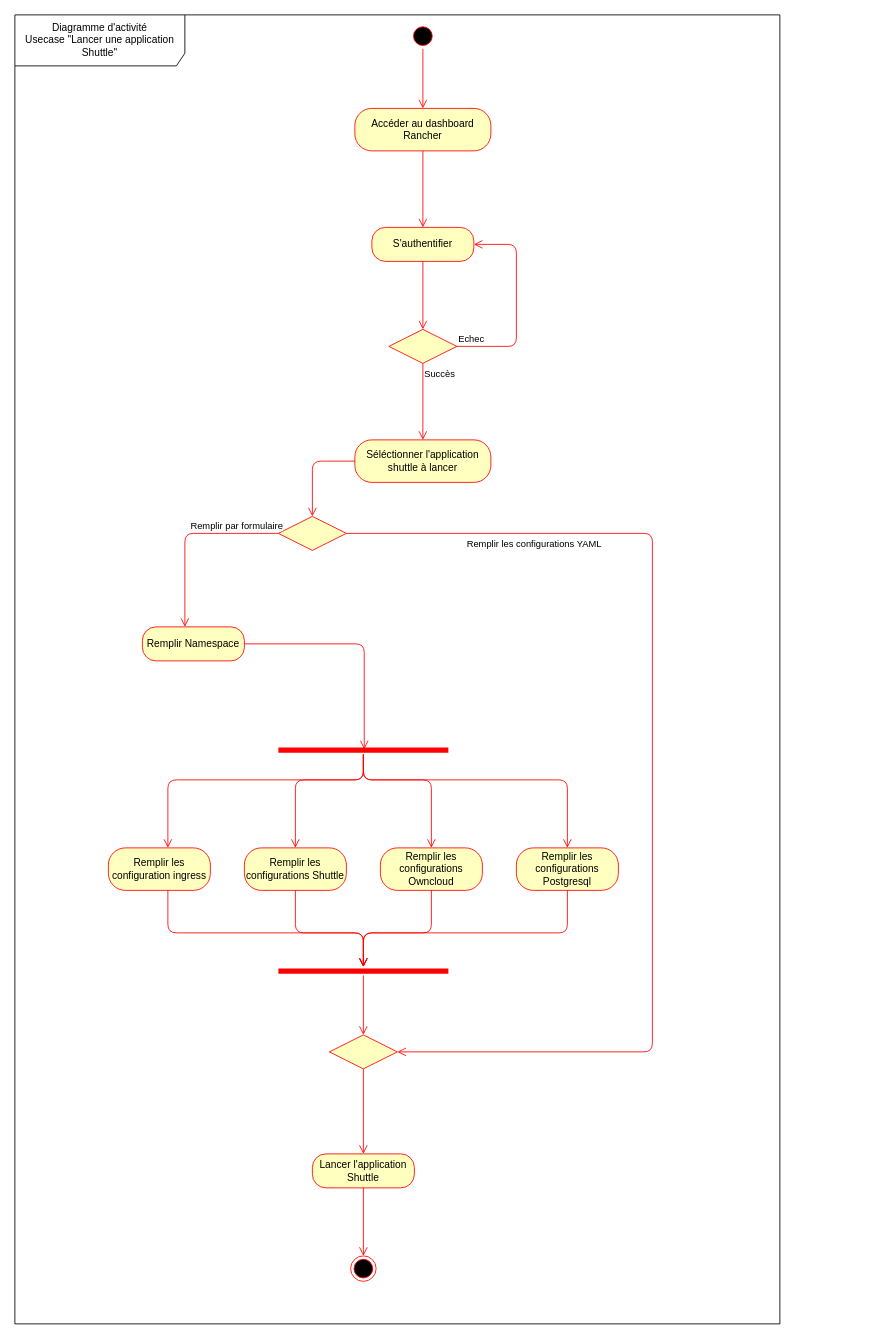
This is page "diagram_activity_launch_shuttle" (9 of 14) of Untitled Diagram.drawio from Samet-MohamedAmin/rapport_pfe, a draw.io file, before an edit. Source tidied: cells renumbered, new cells numbered last; positions are measured from the earlier drawing's top-left corner, leaving out a move shared by most shapes. Both pictures are drawn from the tidied source at 85%, with x=0, y=0 at pixel (14, 14).
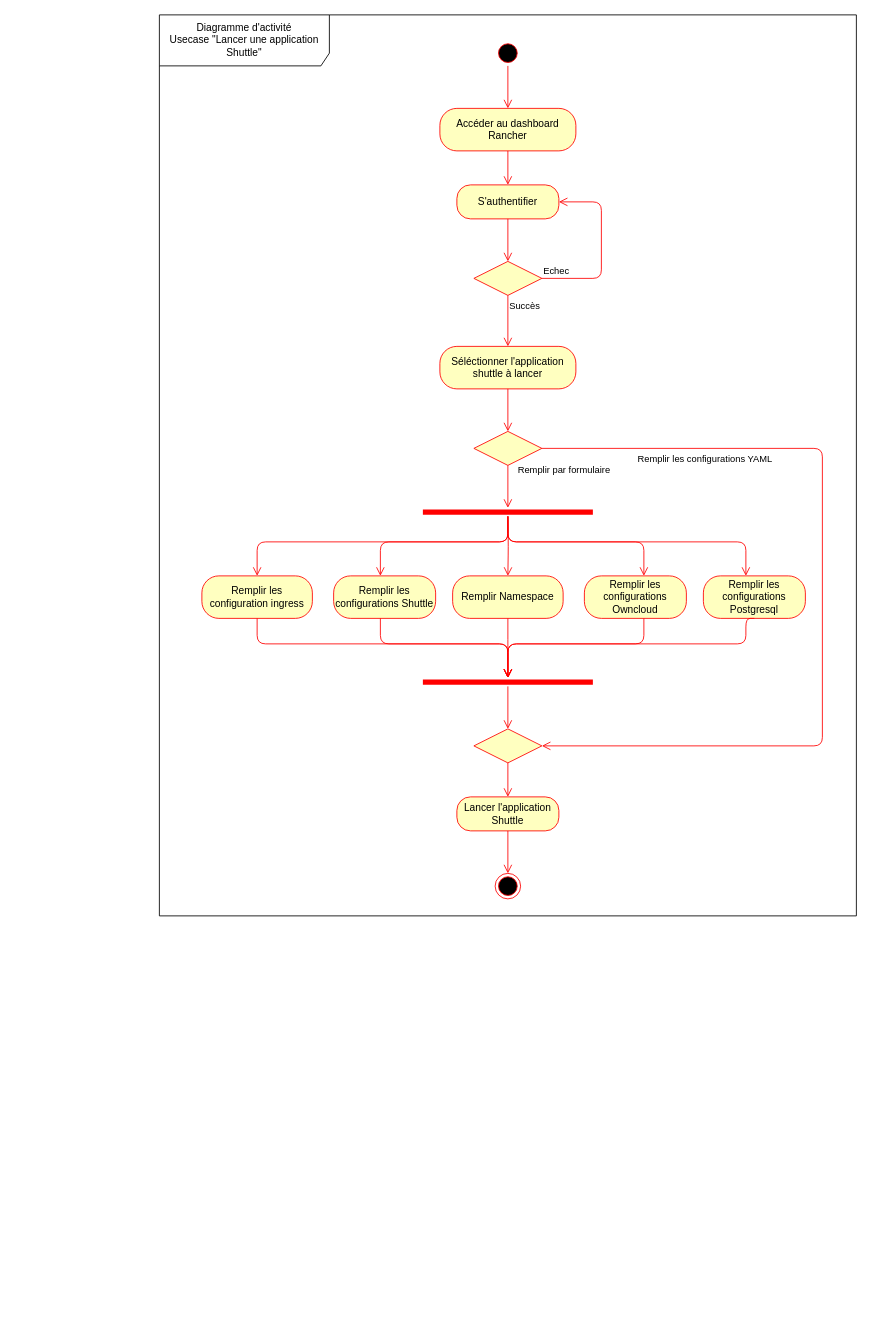
After the change.

What changed in the source:
```diff
@@
     <mxCell id="2" value="&lt;div&gt;Diagramme d'activité&lt;/div&gt;&lt;div&gt;Usecase &quot;Lancer une application Shuttle&quot;&lt;br&gt;&lt;/div&gt;" style="shape=umlFrame;whiteSpace=wrap;html=1;width=200;height=60;" parent="1" vertex="1">
-      <mxGeometry width="900" height="1540" as="geometry" />
+      <mxGeometry x="170" width="820" height="1060" as="geometry" />
     </mxCell>
     <mxCell id="3" style="ellipse;html=1;shape=startState;fillColor=#000000;strokeColor=#ff0000;" parent="1" vertex="1">
-      <mxGeometry x="465" y="10" width="30" height="30" as="geometry" />
+      <mxGeometry x="565" y="30" width="30" height="30" as="geometry" />
     </mxCell>
@@
     <mxCell id="5" value="Accéder au dashboard Rancher" style="rounded=1;whiteSpace=wrap;html=1;arcSize=40;fontColor=#000000;fillColor=#ffffc0;strokeColor=#ff0000;" parent="1" vertex="1">
-      <mxGeometry x="400" y="110" width="160" height="50" as="geometry" />
+      <mxGeometry x="500" y="110" width="160" height="50" as="geometry" />
     </mxCell>
@@
     <mxCell id="7" value="S'authentifier" style="rounded=1;whiteSpace=wrap;html=1;arcSize=40;fontColor=#000000;fillColor=#ffffc0;strokeColor=#ff0000;" parent="1" vertex="1">
-      <mxGeometry x="420" y="250" width="120" height="40" as="geometry" />
+      <mxGeometry x="520" y="200" width="120" height="40" as="geometry" />
     </mxCell>
@@
     <mxCell id="9" style="rhombus;whiteSpace=wrap;html=1;fillColor=#ffffc0;strokeColor=#ff0000;" parent="1" vertex="1">
-      <mxGeometry x="440" y="370" width="80" height="40" as="geometry" />
+      <mxGeometry x="540" y="290" width="80" height="40" as="geometry" />
     </mxCell>
     <mxCell id="10" value="Echec" style="edgeStyle=orthogonalEdgeStyle;html=1;align=left;verticalAlign=bottom;endArrow=open;endSize=8;strokeColor=#ff0000;entryX=1;entryY=0.5;entryDx=0;entryDy=0;exitX=1;exitY=0.5;exitDx=0;exitDy=0;" parent="1" edge="1" source="9" target="7">
       <mxGeometry x="-1" relative="1" as="geometry">
         <Array as="points">
-          <mxPoint x="590" y="390" />
-          <mxPoint x="590" y="270" />
+          <mxPoint x="690" y="310" />
+          <mxPoint x="690" y="220" />
         </Array>
       </mxGeometry>
     </mxCell>
@@
     <mxCell id="12" value="Séléctionner l'application shuttle à lancer" style="rounded=1;whiteSpace=wrap;html=1;arcSize=40;fontColor=#000000;fillColor=#ffffc0;strokeColor=#ff0000;" parent="1" vertex="1">
-      <mxGeometry x="400" y="500" width="160" height="50" as="geometry" />
+      <mxGeometry x="500" y="390" width="160" height="50" as="geometry" />
     </mxCell>
@@
     <mxCell id="14" style="rhombus;whiteSpace=wrap;html=1;fillColor=#ffffc0;strokeColor=#ff0000;" parent="1" vertex="1">
-      <mxGeometry x="310" y="590" width="80" height="40" as="geometry" />
+      <mxGeometry x="540" y="490" width="80" height="40" as="geometry" />
     </mxCell>
-    <mxCell id="15" value="Remplir par formulaire" style="edgeStyle=orthogonalEdgeStyle;html=1;align=left;verticalAlign=bottom;endArrow=open;endSize=8;strokeColor=#ff0000;" parent="1" edge="1" source="14" target="17">
-      <mxGeometry x="-0.05" relative="1" as="geometry">
-        <Array as="points">
-          <mxPoint x="200" y="610" />
-        </Array>
-      </mxGeometry>
+    <mxCell id="15" value="Remplir par formulaire" style="edgeStyle=orthogonalEdgeStyle;html=1;align=left;verticalAlign=bottom;endArrow=open;endSize=8;strokeColor=#ff0000;" parent="1" edge="1" source="14" target="21">
+      <mxGeometry x="-0.4" y="10" relative="1" as="geometry" />
     </mxCell>
     <mxCell id="16" value="Remplir les configurations YAML" style="edgeStyle=orthogonalEdgeStyle;html=1;align=left;verticalAlign=top;endArrow=open;endSize=8;strokeColor=#ff0000;entryX=1;entryY=0.5;entryDx=0;entryDy=0;" parent="1" edge="1" source="14" target="34">
       <mxGeometry x="-0.78" relative="1" as="geometry">
         <Array as="points">
-          <mxPoint x="750" y="610" />
-          <mxPoint x="750" y="1220" />
+          <mxPoint x="950" y="510" />
+          <mxPoint x="950" y="860" />
         </Array>
       </mxGeometry>
     </mxCell>
-    <mxCell id="17" value="Remplir Namespace" style="rounded=1;whiteSpace=wrap;html=1;arcSize=40;fontColor=#000000;fillColor=#ffffc0;strokeColor=#ff0000;" parent="1" vertex="1">
-      <mxGeometry x="150" y="720" width="120" height="40" as="geometry" />
-    </mxCell>
-    <mxCell id="18" style="edgeStyle=orthogonalEdgeStyle;html=1;verticalAlign=bottom;endArrow=open;endSize=8;strokeColor=#ff0000;entryX=0.505;entryY=0.4;entryDx=0;entryDy=0;entryPerimeter=0;" parent="1" edge="1" source="17" target="21">
-      <mxGeometry relative="1" as="geometry" />
-    </mxCell>
     <mxCell id="19" value="Remplir les configuration ingress" style="rounded=1;whiteSpace=wrap;html=1;arcSize=40;fontColor=#000000;fillColor=#ffffc0;strokeColor=#ff0000;" parent="1" vertex="1">
-      <mxGeometry x="110" y="980" width="120" height="50" as="geometry" />
+      <mxGeometry x="220" y="660" width="130" height="50" as="geometry" />
     </mxCell>
     <mxCell id="20" value="Remplir les configurations Shuttle" style="rounded=1;whiteSpace=wrap;html=1;arcSize=40;fontColor=#000000;fillColor=#ffffc0;strokeColor=#ff0000;" parent="1" vertex="1">
-      <mxGeometry x="270" y="980" width="120" height="50" as="geometry" />
+      <mxGeometry x="375" y="660" width="120" height="50" as="geometry" />
     </mxCell>
     <mxCell id="21" style="shape=line;html=1;strokeWidth=6;strokeColor=#ff0000;" parent="1" vertex="1">
-      <mxGeometry x="310" y="860" width="200" height="10" as="geometry" />
+      <mxGeometry x="480" y="580" width="200" height="10" as="geometry" />
     </mxCell>
     <mxCell id="22" value="Remplir les configurations Owncloud" style="rounded=1;whiteSpace=wrap;html=1;arcSize=40;fontColor=#000000;fillColor=#ffffc0;strokeColor=#ff0000;" parent="1" vertex="1">
-      <mxGeometry x="430" y="980" width="120" height="50" as="geometry" />
+      <mxGeometry x="670" y="660" width="120" height="50" as="geometry" />
     </mxCell>
     <mxCell id="23" value="Remplir les configurations Postgresql" style="rounded=1;whiteSpace=wrap;html=1;arcSize=40;fontColor=#000000;fillColor=#ffffc0;strokeColor=#ff0000;" parent="1" vertex="1">
-      <mxGeometry x="590" y="980" width="120" height="50" as="geometry" />
+      <mxGeometry x="810" y="660" width="120" height="50" as="geometry" />
     </mxCell>
     <mxCell id="24" style="edgeStyle=orthogonalEdgeStyle;html=1;verticalAlign=bottom;endArrow=open;endSize=8;strokeColor=#ff0000;" parent="1" edge="1" source="21" target="19">
       <mxGeometry relative="1" as="geometry">
         <Array as="points">
-          <mxPoint x="410" y="900" />
-          <mxPoint x="180" y="900" />
+          <mxPoint x="580" y="620" />
+          <mxPoint x="285" y="620" />
         </Array>
       </mxGeometry>
     </mxCell>
     <mxCell id="25" style="edgeStyle=orthogonalEdgeStyle;html=1;verticalAlign=bottom;endArrow=open;endSize=8;strokeColor=#ff0000;" parent="1" edge="1" target="23">
       <mxGeometry relative="1" as="geometry">
-        <mxPoint x="410" y="870" as="sourcePoint" />
+        <mxPoint x="580" y="590" as="sourcePoint" />
         <Array as="points">
-          <mxPoint x="410" y="900" />
-          <mxPoint x="650" y="900" />
+          <mxPoint x="580" y="620" />
+          <mxPoint x="860" y="620" />
         </Array>
       </mxGeometry>
     </mxCell>
     <mxCell id="26" style="edgeStyle=orthogonalEdgeStyle;html=1;verticalAlign=bottom;endArrow=open;endSize=8;strokeColor=#ff0000;" parent="1" edge="1" target="20">
       <mxGeometry relative="1" as="geometry">
-        <mxPoint x="410" y="870" as="sourcePoint" />
+        <mxPoint x="580" y="590" as="sourcePoint" />
         <Array as="points">
-          <mxPoint x="410" y="900" />
-          <mxPoint x="330" y="900" />
+          <mxPoint x="580" y="620" />
+          <mxPoint x="430" y="620" />
         </Array>
       </mxGeometry>
     </mxCell>
     <mxCell id="27" style="edgeStyle=orthogonalEdgeStyle;html=1;verticalAlign=bottom;endArrow=open;endSize=8;strokeColor=#ff0000;" parent="1" edge="1" target="22">
       <mxGeometry relative="1" as="geometry">
-        <mxPoint x="410" y="870" as="sourcePoint" />
+        <mxPoint x="580" y="590" as="sourcePoint" />
         <Array as="points">
-          <mxPoint x="410" y="900" />
-          <mxPoint x="490" y="900" />
+          <mxPoint x="580" y="620" />
+          <mxPoint x="740" y="620" />
         </Array>
       </mxGeometry>
     </mxCell>
     <mxCell id="28" style="shape=line;html=1;strokeWidth=6;strokeColor=#ff0000;" parent="1" vertex="1">
-      <mxGeometry x="310" y="1120" width="200" height="10" as="geometry" />
+      <mxGeometry x="480" y="780" width="200" height="10" as="geometry" />
     </mxCell>
@@
     <mxCell id="30" style="edgeStyle=orthogonalEdgeStyle;html=1;verticalAlign=bottom;endArrow=open;endSize=8;strokeColor=#ff0000;" parent="1" edge="1" source="19">
       <mxGeometry relative="1" as="geometry">
-        <mxPoint x="410" y="1120" as="targetPoint" />
+        <mxPoint x="580" y="780" as="targetPoint" />
         <Array as="points">
-          <mxPoint x="180" y="1080" />
-          <mxPoint x="410" y="1080" />
-          <mxPoint x="410" y="1120" />
+          <mxPoint x="285" y="740" />
+          <mxPoint x="580" y="740" />
         </Array>
       </mxGeometry>
     </mxCell>
     <mxCell id="31" style="edgeStyle=orthogonalEdgeStyle;html=1;verticalAlign=bottom;endArrow=open;endSize=8;strokeColor=#ff0000;" parent="1" edge="1" source="20">
       <mxGeometry relative="1" as="geometry">
-        <mxPoint x="410" y="1120" as="targetPoint" />
+        <mxPoint x="580" y="780" as="targetPoint" />
         <Array as="points">
-          <mxPoint x="330" y="1080" />
-          <mxPoint x="410" y="1080" />
+          <mxPoint x="430" y="740" />
+          <mxPoint x="580" y="740" />
         </Array>
       </mxGeometry>
     </mxCell>
     <mxCell id="32" style="edgeStyle=orthogonalEdgeStyle;html=1;verticalAlign=bottom;endArrow=open;endSize=8;strokeColor=#ff0000;" parent="1" edge="1" source="22">
       <mxGeometry relative="1" as="geometry">
-        <mxPoint x="410" y="1120" as="targetPoint" />
+        <mxPoint x="580" y="780" as="targetPoint" />
         <Array as="points">
-          <mxPoint x="490" y="1080" />
-          <mxPoint x="410" y="1080" />
+          <mxPoint x="740" y="740" />
+          <mxPoint x="580" y="740" />
         </Array>
       </mxGeometry>
     </mxCell>
-    <mxCell id="33" style="edgeStyle=orthogonalEdgeStyle;html=1;verticalAlign=bottom;endArrow=open;endSize=8;strokeColor=#ff0000;" parent="1" edge="1" source="23">
+    <mxCell id="33" style="edgeStyle=orthogonalEdgeStyle;html=1;verticalAlign=bottom;endArrow=open;endSize=8;strokeColor=#ff0000;exitX=0.5;exitY=1;exitDx=0;exitDy=0;" parent="1" edge="1" source="23">
       <mxGeometry relative="1" as="geometry">
-        <mxPoint x="410" y="1120" as="targetPoint" />
+        <mxPoint x="580" y="780" as="targetPoint" />
         <Array as="points">
-          <mxPoint x="650" y="1080" />
-          <mxPoint x="410" y="1080" />
+          <mxPoint x="860" y="710" />
+          <mxPoint x="860" y="740" />
+          <mxPoint x="580" y="740" />
         </Array>
       </mxGeometry>
     </mxCell>
     <mxCell id="34" style="rhombus;whiteSpace=wrap;html=1;fillColor=#ffffc0;strokeColor=#ff0000;" parent="1" vertex="1">
-      <mxGeometry x="370" y="1200" width="80" height="40" as="geometry" />
+      <mxGeometry x="540" y="840" width="80" height="40" as="geometry" />
     </mxCell>
     <mxCell id="35" style="edgeStyle=orthogonalEdgeStyle;html=1;align=left;verticalAlign=top;endArrow=open;endSize=8;strokeColor=#ff0000;" parent="1" edge="1" source="34" target="36">
-      <mxGeometry x="-1" relative="1" as="geometry">
-        <Array as="points">
-          <mxPoint x="410" y="1310" />
-          <mxPoint x="410" y="1310" />
-        </Array>
-      </mxGeometry>
+      <mxGeometry x="-1" relative="1" as="geometry" />
     </mxCell>
     <mxCell id="36" value="Lancer l'application Shuttle" style="rounded=1;whiteSpace=wrap;html=1;arcSize=40;fontColor=#000000;fillColor=#ffffc0;strokeColor=#ff0000;" parent="1" vertex="1">
-      <mxGeometry x="350" y="1340" width="120" height="40" as="geometry" />
+      <mxGeometry x="520" y="920" width="120" height="40" as="geometry" />
     </mxCell>
@@
     <mxCell id="38" style="ellipse;html=1;shape=endState;fillColor=#000000;strokeColor=#ff0000;" parent="1" vertex="1">
-      <mxGeometry x="395" y="1460" width="30" height="30" as="geometry" />
+      <mxGeometry x="565" y="1010" width="30" height="30" as="geometry" />
     </mxCell>
+    <mxCell id="17" value="Remplir Namespace" style="rounded=1;whiteSpace=wrap;html=1;arcSize=40;fontColor=#000000;fillColor=#ffffc0;strokeColor=#ff0000;" parent="1" vertex="1">
+      <mxGeometry x="515" y="660" width="130" height="50" as="geometry" />
+    </mxCell>
+    <mxCell id="39" style="edgeStyle=orthogonalEdgeStyle;html=1;verticalAlign=bottom;endArrow=open;endSize=8;strokeColor=#ff0000;" parent="1" edge="1" source="17">
+      <mxGeometry relative="1" as="geometry">
+        <mxPoint x="580" y="780" as="targetPoint" />
+      </mxGeometry>
+    </mxCell>
+    <mxCell id="40" style="edgeStyle=orthogonalEdgeStyle;html=1;verticalAlign=bottom;endArrow=open;endSize=8;strokeColor=#ff0000;" parent="1" edge="1" target="17">
+      <mxGeometry relative="1" as="geometry">
+        <mxPoint x="580" y="590" as="sourcePoint" />
+      </mxGeometry>
+    </mxCell>
```
